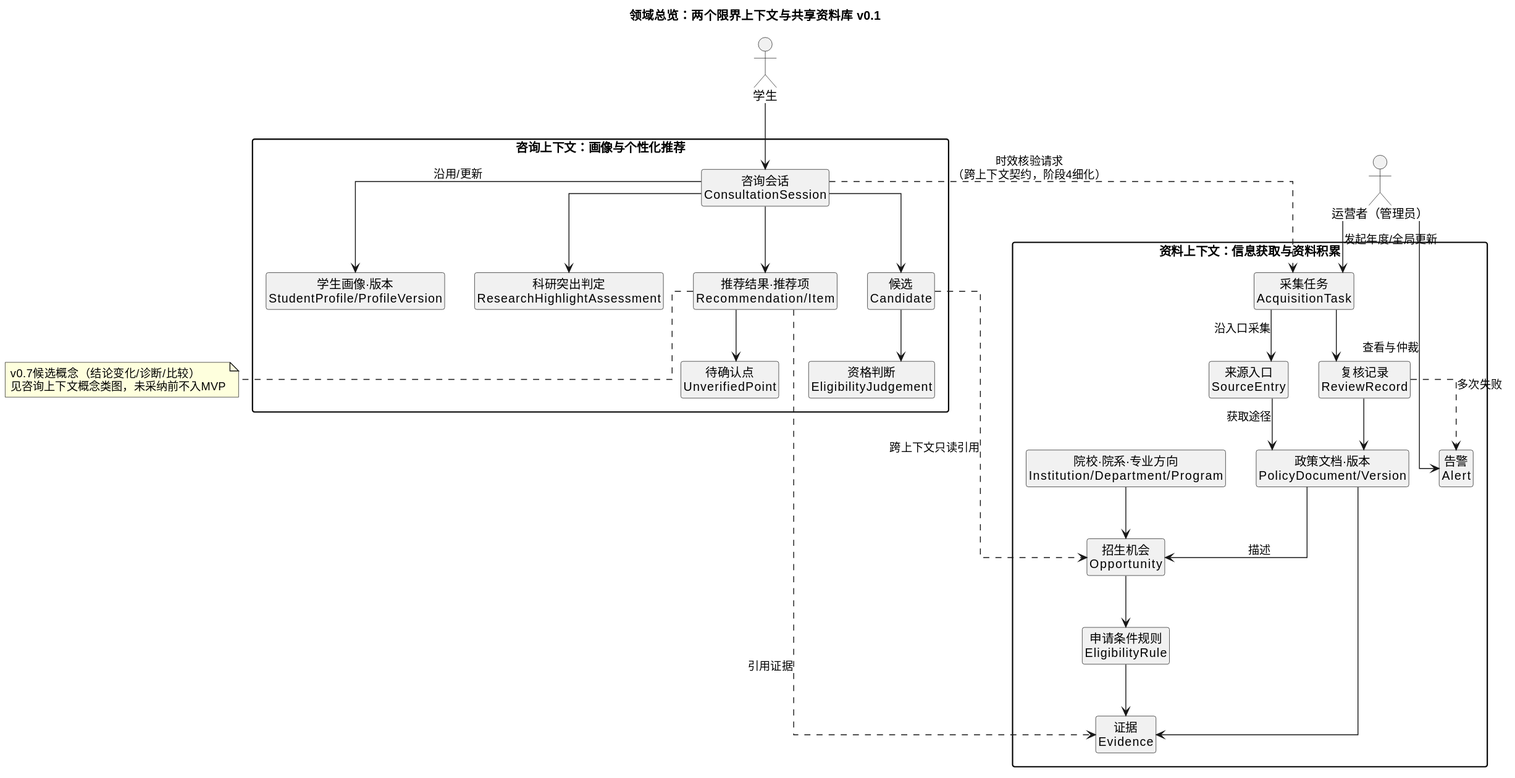
Zewang0217/yantu-youju keeps this PlantUML diagram as AI文档/05_需求分析/PlantUML/01_领域总览.svg. Above is the earlier version. Source of this version:
```plantuml
@startuml
allowmixing
title 领域总览：两个限界上下文与共享资料库 v0.1
hide circle
hide empty members
skinparam shadowing false
skinparam packageStyle rectangle
skinparam linetype ortho

actor "学生" as Student
actor "运营者（管理员）" as Admin

package "资料上下文：信息获取与资料积累" {
  class "院校·院系·专业方向\nInstitution/Department/Program" as Org
  class "招生机会\nOpportunity" as Opp
  class "申请条件规则\nEligibilityRule" as Rule
  class "来源入口\nSourceEntry" as Entry
  class "政策文档·版本\nPolicyDocument/Version" as Doc
  class "证据\nEvidence" as Evidence
  class "采集任务\nAcquisitionTask" as Task
  class "复核记录\nReviewRecord" as Review
  class "告警\nAlert" as Alert
}

package "咨询上下文：画像与个性化推荐" {
  class "学生画像·版本\nStudentProfile/ProfileVersion" as Profile
  class "咨询会话\nConsultationSession" as Session
  class "科研突出判定\nResearchHighlightAssessment" as Research
  class "候选\nCandidate" as Candidate
  class "资格判断\nEligibilityJudgement" as Judge
  class "推荐结果·推荐项\nRecommendation/Item" as Rec
  class "待确认点\nUnverifiedPoint" as Pending
}

Student --> Session
Admin --> Task : 发起年度/全局更新
Admin --> Alert : 查看与仲裁

Org --> Opp
Opp --> Rule
Rule --> Evidence
Entry --> Doc : 获取途径
Doc --> Evidence
Doc --> Opp : 描述
Task --> Entry : 沿入口采集
Task --> Review
Review --> Doc
Review ..> Alert : 多次失败

Session --> Profile : 沿用/更新
Session --> Research
Session --> Candidate
Candidate --> Judge
Session --> Rec
Rec --> Pending
Candidate ..> Opp : 跨上下文只读引用
Rec ..> Evidence : 引用证据
Session ..> Task : 时效核验请求\n（跨上下文契约，阶段4细化）

note bottom of Rec
  v0.7候选概念（结论变化/诊断/比较）
  见咨询上下文概念类图，未采纳前不入MVP
end note
@enduml
```
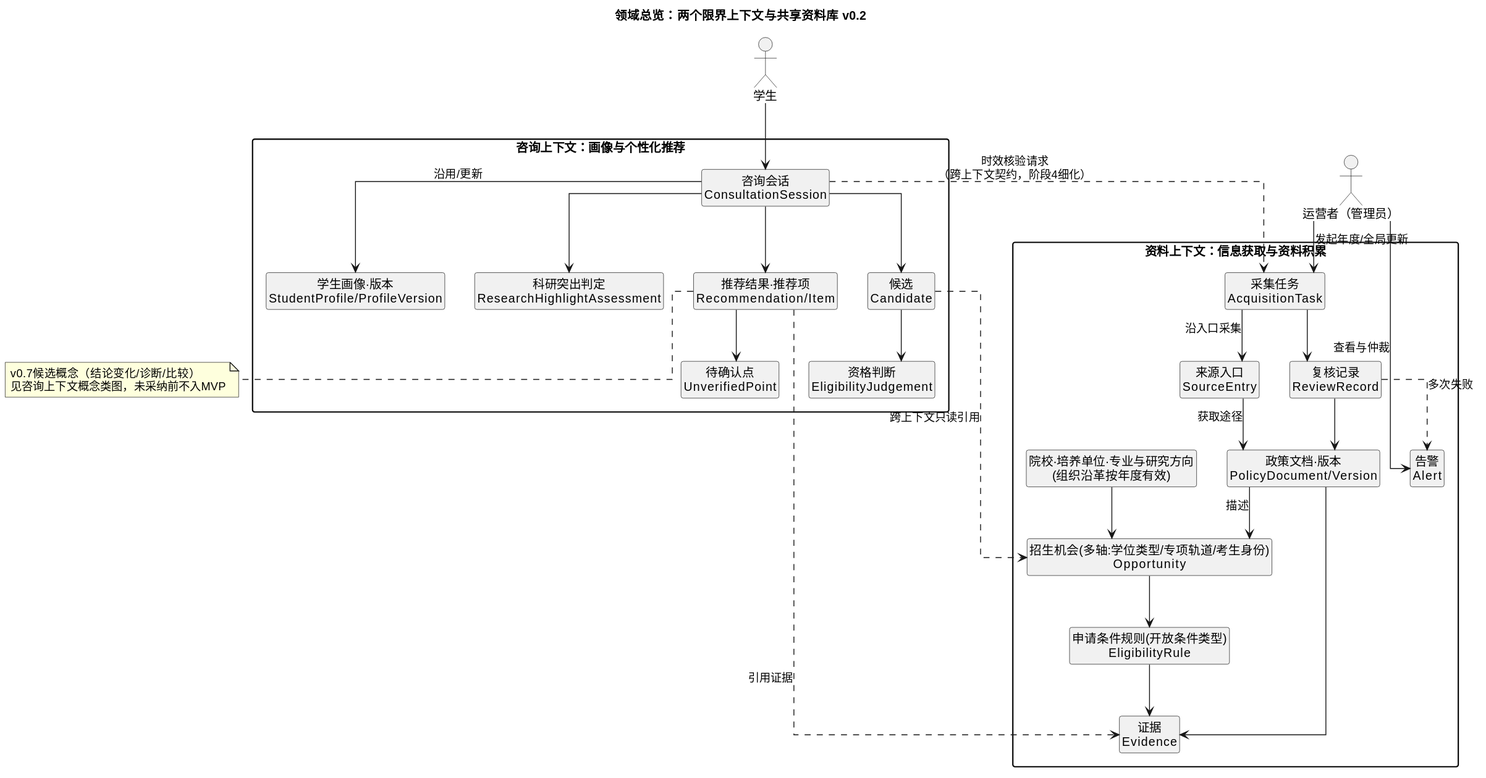
The same diagram one commit later.

Diff of the diagram source:
```diff
@@ -1,6 +1,6 @@
 @startuml
 allowmixing
-title 领域总览：两个限界上下文与共享资料库 v0.1
+title 领域总览：两个限界上下文与共享资料库 v0.2
 hide circle
 hide empty members
 skinparam shadowing false
@@ -11,9 +11,9 @@
 actor "运营者（管理员）" as Admin
 
 package "资料上下文：信息获取与资料积累" {
-  class "院校·院系·专业方向\nInstitution/Department/Program" as Org
-  class "招生机会\nOpportunity" as Opp
-  class "申请条件规则\nEligibilityRule" as Rule
+  class "院校·培养单位·专业与研究方向\n(组织沿革按年度有效)" as Org
+  class "招生机会(多轴:学位类型/专项轨道/考生身份)\nOpportunity" as Opp
+  class "申请条件规则(开放条件类型)\nEligibilityRule" as Rule
   class "来源入口\nSourceEntry" as Entry
   class "政策文档·版本\nPolicyDocument/Version" as Doc
   class "证据\nEvidence" as Evidence
```
